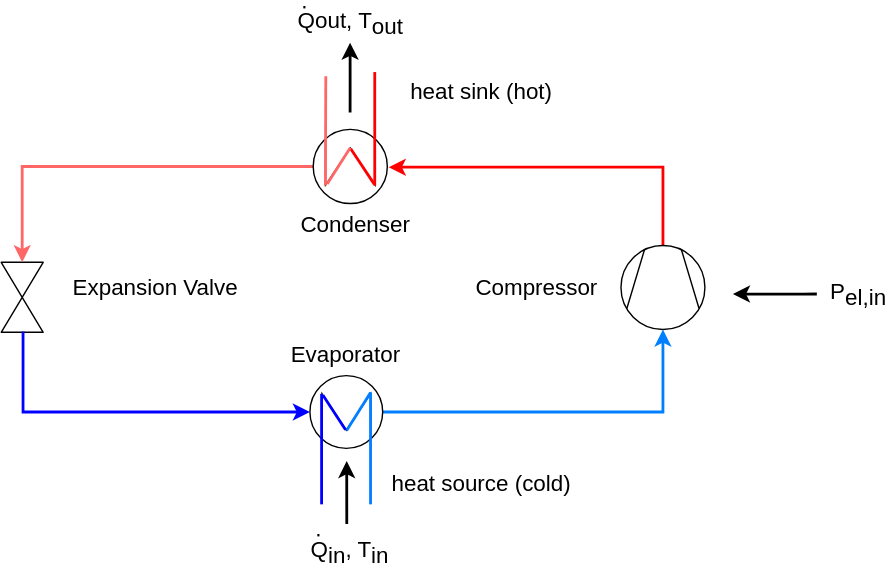
Earlier version of the draw.io export site/fig/221018_WP_Anlagenschema.svg (QuaSi-Software/Documentation). Source tidied: cells renumbered, new cells last; positions are measured from the earlier drawing's top-left corner, leaving out a move shared by most shapes.
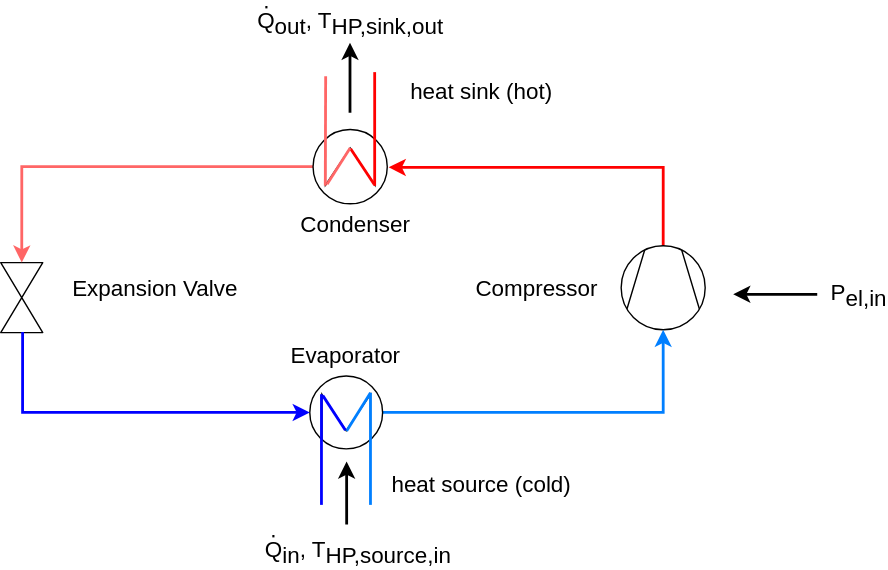
Later version of the same file.

Diff of the diagram source:
```diff
@@ -52,8 +52,8 @@
         <mxPoint x="242" y="54" as="targetPoint" />
       </mxGeometry>
     </mxCell>
-    <mxCell id="15" value="Q&lt;sub style=&quot;font-size: 16px;&quot;&gt;in&lt;/sub&gt;, T&lt;sub style=&quot;font-size: 16px;&quot;&gt;in&lt;/sub&gt;" style="text;html=1;strokeColor=none;fillColor=none;align=center;verticalAlign=middle;whiteSpace=wrap;rounded=0;fontSize=16;" parent="1" vertex="1">
-      <mxGeometry x="189.5" y="384" width="139" height="20" as="geometry" />
+    <mxCell id="15" value="Q&lt;sub style=&quot;font-size: 16px;&quot;&gt;in&lt;/sub&gt;, T&lt;sub style=&quot;font-size: 16px;&quot;&gt;HP,source,in&lt;/sub&gt;" style="text;html=1;strokeColor=none;fillColor=none;align=center;verticalAlign=middle;whiteSpace=wrap;rounded=0;fontSize=16;" parent="1" vertex="1">
+      <mxGeometry x="195.5" y="384" width="139" height="20" as="geometry" />
     </mxCell>
     <mxCell id="16" style="rounded=0;orthogonalLoop=1;jettySize=auto;html=1;strokeWidth=2;fontSize=16;" parent="1" edge="1">
       <mxGeometry relative="1" as="geometry">
@@ -64,7 +64,7 @@
         </Array>
       </mxGeometry>
     </mxCell>
-    <mxCell id="17" value="Q&lt;span style=&quot;font-size: 16px;&quot;&gt;out, T&lt;/span&gt;&lt;span style=&quot;font-size: 16px;&quot;&gt;&lt;sub style=&quot;font-size: 16px;&quot;&gt;out&lt;/sub&gt;&lt;/span&gt;" style="text;html=1;strokeColor=none;fillColor=none;align=center;verticalAlign=middle;whiteSpace=wrap;rounded=0;fontSize=16;" parent="1" vertex="1">
+    <mxCell id="17" value="Q&lt;sub style=&quot;&quot;&gt;&lt;font style=&quot;font-size: 16px;&quot;&gt;out&lt;/font&gt;&lt;/sub&gt;, T&lt;span style=&quot;font-size: 16px;&quot;&gt;&lt;sub style=&quot;font-size: 16px;&quot;&gt;HP,sink,out&lt;/sub&gt;&lt;/span&gt;" style="text;html=1;strokeColor=none;fillColor=none;align=center;verticalAlign=middle;whiteSpace=wrap;rounded=0;fontSize=16;" parent="1" vertex="1">
       <mxGeometry x="189.5" y="6" width="140" height="20" as="geometry" />
     </mxCell>
     <mxCell id="18" style="edgeStyle=orthogonalEdgeStyle;rounded=0;orthogonalLoop=1;jettySize=auto;html=1;entryX=0;entryY=0.5;entryDx=0;entryDy=0;entryPerimeter=0;strokeWidth=2;fontSize=16;" parent="1" edge="1">
@@ -78,10 +78,10 @@
       </mxGeometry>
     </mxCell>
     <mxCell id="19" value="." style="text;html=1;strokeColor=none;fillColor=none;align=center;verticalAlign=middle;whiteSpace=wrap;rounded=0;fontSize=16;rotation=-180;" parent="1" vertex="1">
-      <mxGeometry x="219.5" width="16.7" height="20" as="geometry" />
+      <mxGeometry x="191.5" width="16.7" height="20" as="geometry" />
     </mxCell>
     <mxCell id="20" value="." style="text;html=1;strokeColor=none;fillColor=none;align=center;verticalAlign=middle;whiteSpace=wrap;rounded=0;fontSize=16;rotation=-180;" parent="1" vertex="1">
-      <mxGeometry x="229.5" y="378" width="16.7" height="20" as="geometry" />
+      <mxGeometry x="197.5" y="378" width="16.7" height="20" as="geometry" />
     </mxCell>
     <mxCell id="21" value="&lt;span style=&quot;font-size: 16px;&quot;&gt;P&lt;sub style=&quot;font-size: 16px;&quot;&gt;el,in&lt;/sub&gt;&lt;/span&gt;" style="text;html=1;strokeColor=none;fillColor=none;align=center;verticalAlign=middle;whiteSpace=wrap;rounded=0;fontSize=16;" parent="1" vertex="1">
       <mxGeometry x="603" y="200" width="40" height="20" as="geometry" />
```
